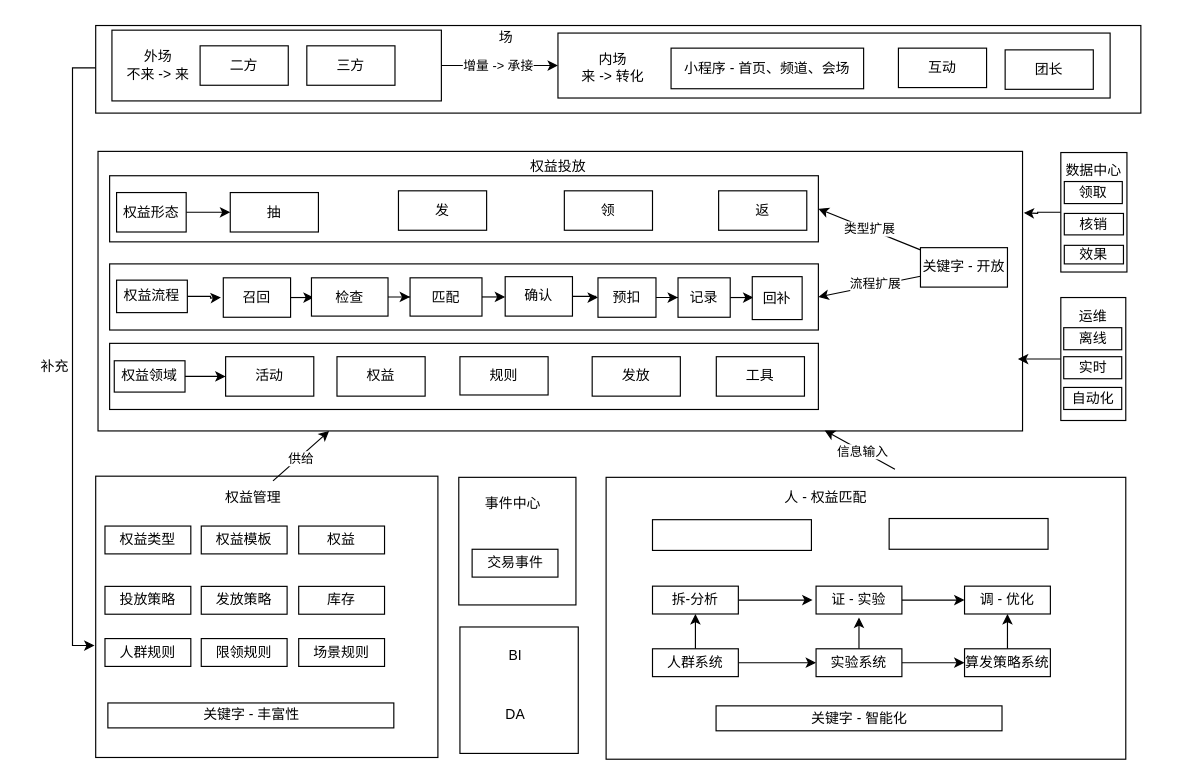
xzl1428288773/xiaoshuai keeps this draw.io diagram as study.drawio. Above is the earlier version. Source tidied: cells renumbered, new cells numbered last; positions are measured from the earlier drawing's top-left corner, leaving out a move shared by most shapes. Both pictures are drawn from the tidied source at 116%, with x=0, y=0 at pixel (20, 20).
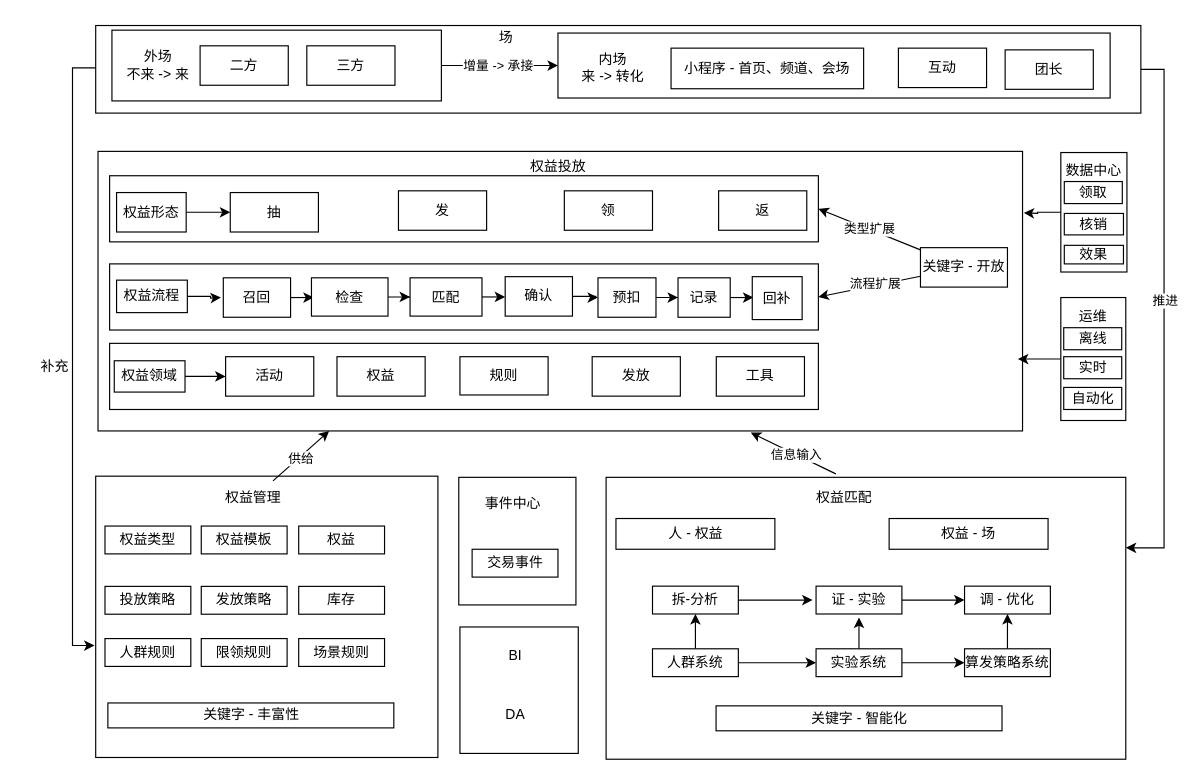
The same diagram, later.

The change refers to these unchanged cells:
```xml
<mxCell id="2" value="权益投放&amp;nbsp;&lt;br&gt;&lt;br&gt;&lt;br&gt;&lt;br&gt;&lt;br&gt;&lt;br&gt;&lt;br&gt;&lt;br&gt;&lt;br&gt;&lt;br&gt;&lt;br&gt;&lt;br&gt;&lt;br&gt;&lt;br&gt;&lt;br&gt;&lt;br&gt;" style="rounded=0;whiteSpace=wrap;html=1;" parent="1" vertex="1">
  <mxGeometry x="67" y="113" width="797" height="241" as="geometry" />
</mxCell>
<mxCell id="4" style="rounded=0;whiteSpace=wrap;html=1;" parent="1" vertex="1">
  <mxGeometry x="65" y="4.5" width="901" height="75.5" as="geometry" />
</mxCell>
<mxCell id="67" style="rounded=0;whiteSpace=wrap;html=1;" parent="1" vertex="1">
  <mxGeometry x="505" y="394" width="448" height="243" as="geometry" />
</mxCell>
```

Change to the diagram source:
```diff
@@
+    <mxCell id="105" style="edgeStyle=orthogonalEdgeStyle;rounded=0;jettySize=auto;html=1;entryX=1;entryY=0.25;entryDx=0;entryDy=0;exitX=1;exitY=0.5;exitDx=0;exitDy=0;" parent="1" edge="1" source="4" target="67">
+      <mxGeometry relative="1" as="geometry" />
+    </mxCell>
+    <mxCell id="106" value="推进" style="edgeLabel;html=1;align=center;verticalAlign=middle;" parent="105" vertex="1">
+      <mxGeometry x="-0.06" relative="1" as="geometry" />
+    </mxCell>
@@
-    <mxCell id="65" style="rounded=0;jettySize=auto;html=1;entryX=0.786;entryY=0.998;entryDx=0;entryDy=0;entryPerimeter=0;" parent="1" edge="1" target="2">
+    <mxCell id="65" style="rounded=0;jettySize=auto;html=1;entryX=0.706;entryY=1.006;entryDx=0;entryDy=0;entryPerimeter=0;" parent="1" edge="1" target="2">
       <mxGeometry relative="1" as="geometry">
-        <mxPoint x="754" y="387" as="sourcePoint" />
+        <mxPoint x="703" y="391" as="sourcePoint" />
       </mxGeometry>
     </mxCell>
@@
-    <mxCell id="88" style="rounded=0;whiteSpace=wrap;html=1;" parent="1" vertex="1">
-      <mxGeometry x="545" y="430.5" width="137" height="26.5" as="geometry" />
+    <mxCell id="88" value="人 - 权益" style="rounded=0;whiteSpace=wrap;html=1;" parent="1" vertex="1">
+      <mxGeometry x="513.5" y="429.5" width="137" height="26.5" as="geometry" />
     </mxCell>
@@
-    <mxCell id="102" value="人 - 权益匹配" style="text;html=1;strokeColor=none;fillColor=none;align=center;verticalAlign=middle;whiteSpace=wrap;rounded=0;" parent="1" vertex="1">
-      <mxGeometry x="645" y="401.5" width="99" height="21" as="geometry" />
+    <mxCell id="102" value="权益匹配" style="text;html=1;strokeColor=none;fillColor=none;align=center;verticalAlign=middle;whiteSpace=wrap;rounded=0;" parent="1" vertex="1">
+      <mxGeometry x="661" y="401.5" width="99" height="21" as="geometry" />
     </mxCell>
@@
-    <mxCell id="104" style="rounded=0;whiteSpace=wrap;html=1;" parent="1" vertex="1">
+    <mxCell id="104" value="权益 - 场" style="rounded=0;whiteSpace=wrap;html=1;" parent="1" vertex="1">
       <mxGeometry x="749" y="429.5" width="137" height="26.5" as="geometry" />
     </mxCell>
```
